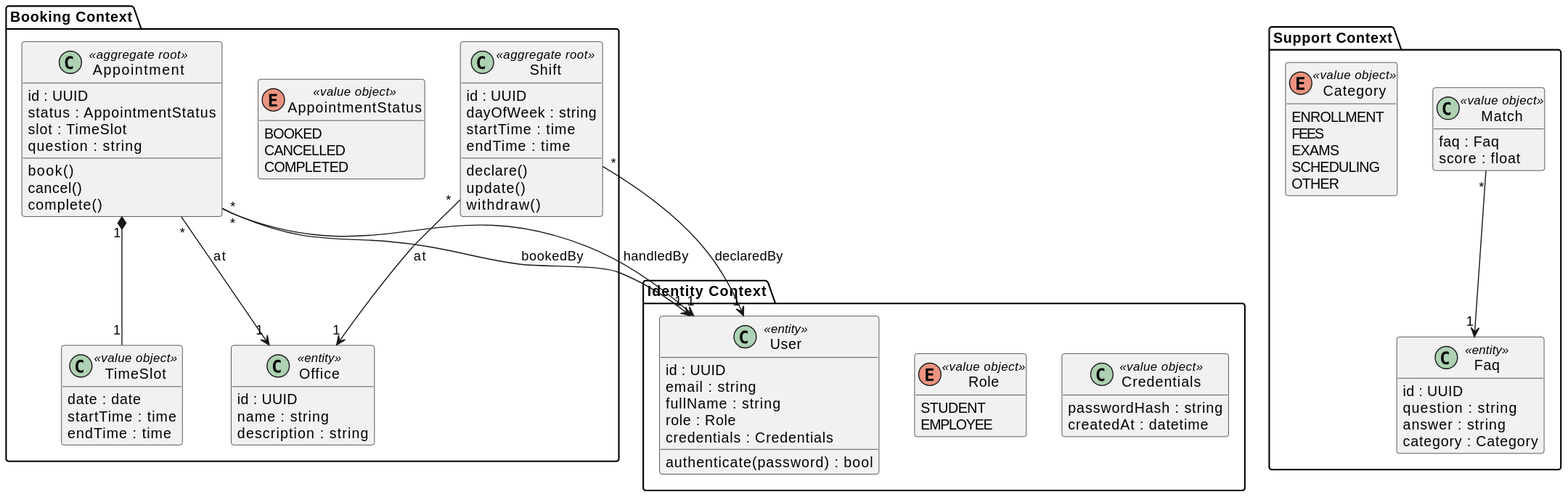
Earlier version of the PlantUML export sections/03-design/assets/class-diagram.svg (unibo-dtm-se-2526-PRONTO/report).
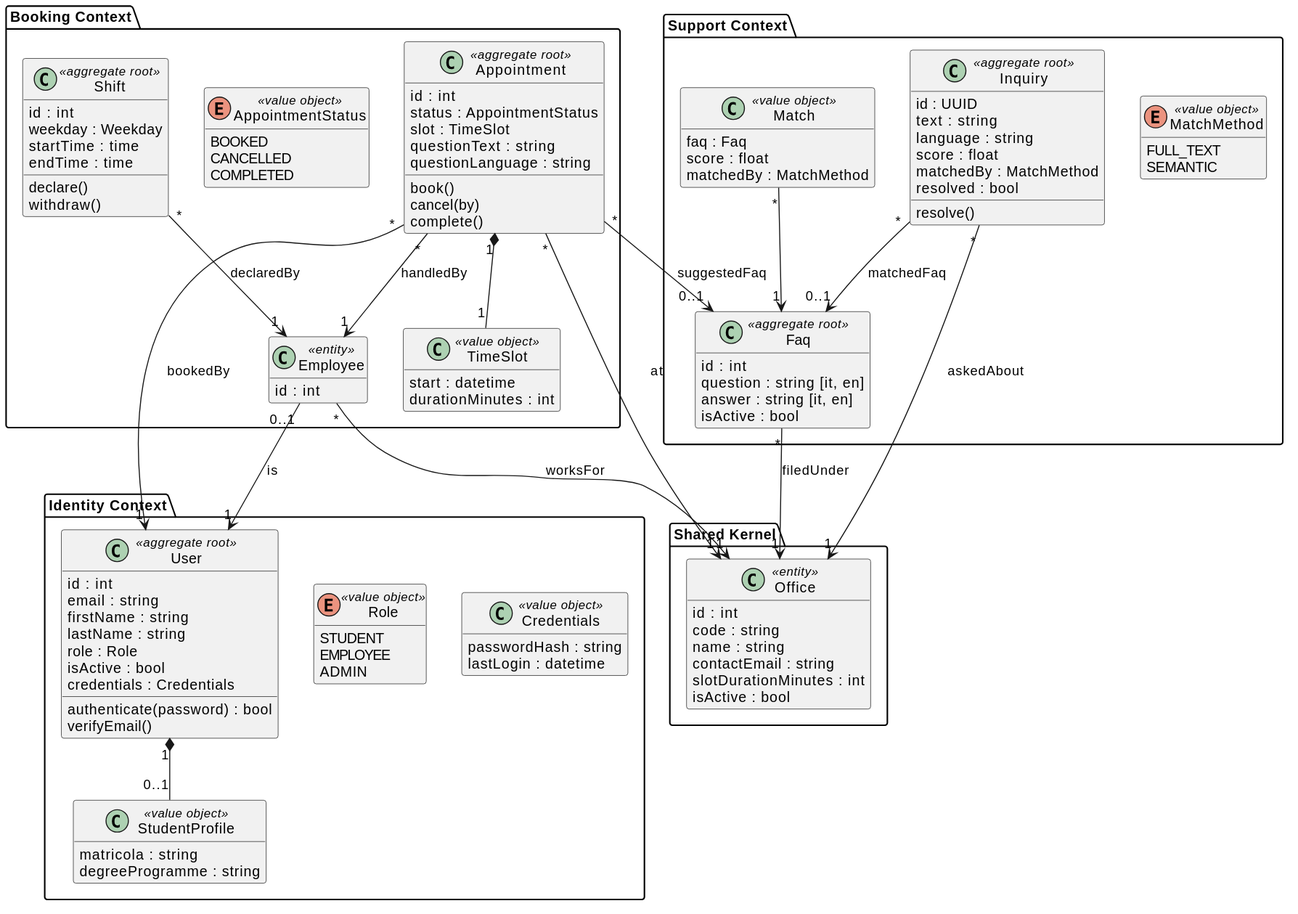
The same diagram one commit later.

The edit, as a diff of the source:
```diff
@@ -2,49 +2,62 @@
 skinparam classAttributeIconSize 0
 hide empty members
 
-
 package "Identity Context" {
-  class User <<entity>> {
-    id : UUID
+  class User <<aggregate root>> {
+    id : int
     email : string
-    fullName : string
+    firstName : string
+    lastName : string
     role : Role
+    isActive : bool
     credentials : Credentials
     authenticate(password) : bool
+    verifyEmail()
   }
 
   enum Role <<value object>> {
     STUDENT
     EMPLOYEE
-    }
+    ADMIN
+  }
 
   class Credentials <<value object>> {
     passwordHash : string
-    createdAt : datetime
+    lastLogin : datetime
+  }
+
+  class StudentProfile <<value object>> {
+    matricola : string
+    degreeProgramme : string
+  }
+}
+
+package "Shared Kernel" {
+  class Office <<entity>> {
+    id : int
+    code : string
+    name : string
+    contactEmail : string
+    slotDurationMinutes : int
+    isActive : bool
   }
 }
 
 package "Booking Context" {
   class Appointment <<aggregate root>> {
-    id : UUID
+    id : int
     status : AppointmentStatus
     slot : TimeSlot
-    question : string
+    questionText : string
+    questionLanguage : string
     book()
-    cancel()
+    cancel(by)
     complete()
   }
 
-  class Office <<entity>> {
-    id : UUID
-    name : string
-    description : string
-  }
-
   class TimeSlot <<value object>> {
-    date : date
-    startTime : time
-    endTime : time
+    start : datetime
+    durationMinutes : int
   }
 
   enum AppointmentStatus <<value object>> {
@@ -53,44 +66,61 @@
     COMPLETED
   }
 
+  class Employee <<entity>> {
+    id : int
+  }
+
   class Shift <<aggregate root>> {
-    id : UUID
-    dayOfWeek : string
+    id : int
+    weekday : Weekday
     startTime : time
     endTime : time
     declare()
-    update()
     withdraw()
   }
 }
 
 package "Support Context" {
-  class Faq <<entity>> {
-    id : UUID
-    question : string
-    answer : string
-    category : Category
+  class Faq <<aggregate root>> {
+    id : int
+    question : string [it, en]
+    answer : string [it, en]
+    isActive : bool
   }
 
-  enum Category <<value object>> {
-    ENROLLMENT
-    FEES
-    EXAMS
-    SCHEDULING
-    OTHER
+  class Inquiry <<aggregate root>> {
+    id : UUID
+    text : string
+    language : string
+    score : float
+    matchedBy : MatchMethod
+    resolved : bool
+    resolve()
   }
 
   class Match <<value object>> {
     faq : Faq
     score : float
+    matchedBy : MatchMethod
+  }
+
+  enum MatchMethod <<value object>> {
+    FULL_TEXT
+    SEMANTIC
   }
 }
 
+User "1" *-- "0..1" StudentProfile
 Appointment "1" *-- "1" TimeSlot
 Appointment "*" --> "1" Office : at
 Appointment "*" --> "1" User : bookedBy
-Appointment "*" --> "1" User : handledBy
-Shift "*" --> "1" User : declaredBy
-Shift "*" --> "1" Office : at
+Appointment "*" --> "1" Employee : handledBy
+Appointment "*" --> "0..1" Faq : suggestedFaq
+Employee "0..1" --> "1" User : is
+Employee "*" --> "1" Office : worksFor
+Shift "*" --> "1" Employee : declaredBy
+Faq "*" --> "1" Office : filedUnder
+Inquiry "*" --> "1" Office : askedAbout
+Inquiry "*" --> "0..1" Faq : matchedFaq
 Match "*" --> "1" Faq
 @enduml
```
